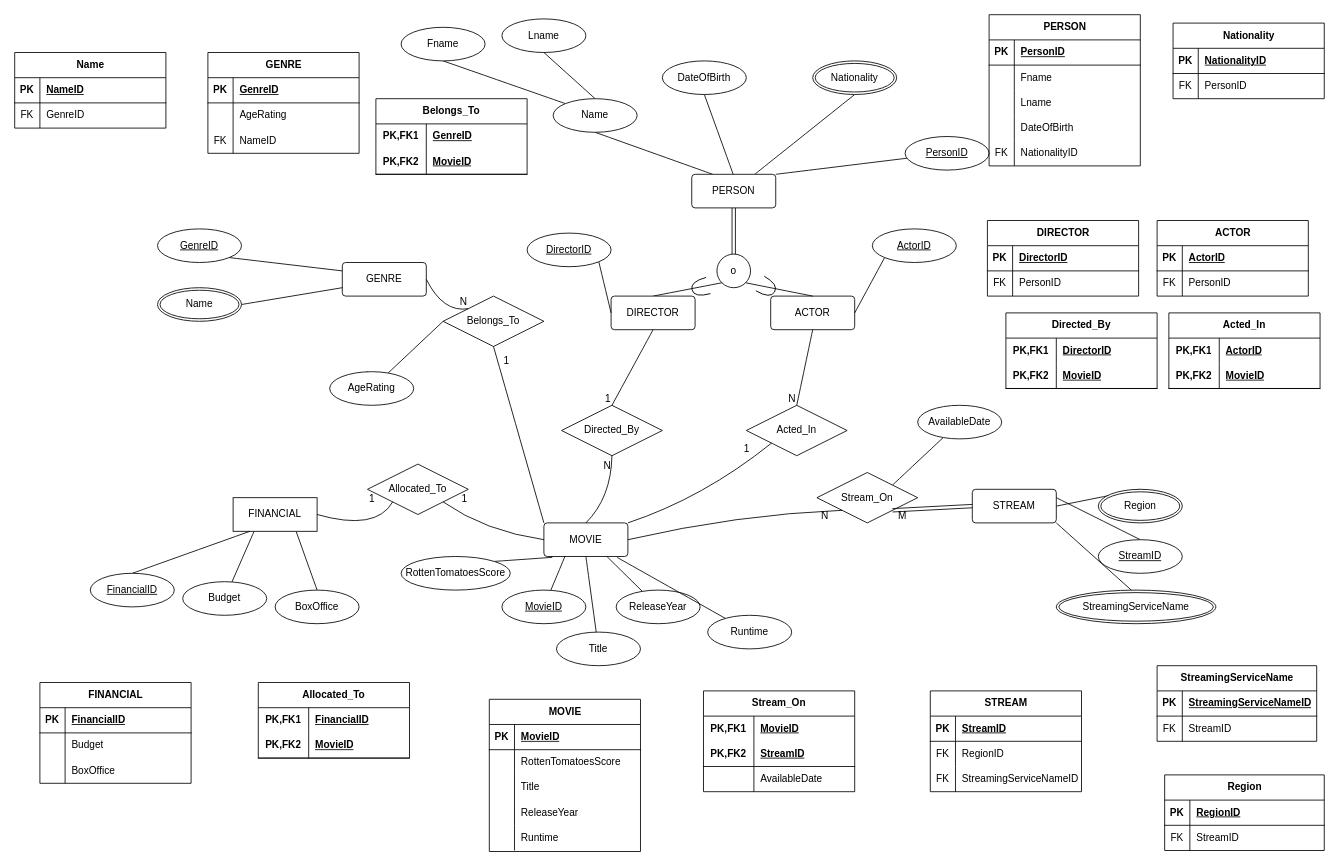
The draw.io diagram page "Page-1" (1 of 2) of MovieBaseEER.drawio in miguelTrC/MovieBaseDB, before the edit. Source tidied: cells renumbered, new cells numbered last; positions are measured from the earlier drawing's top-left corner, leaving out a move shared by most shapes. Both pictures are drawn from the tidied source at 84%, with x=0, y=0 at pixel (14, 14).
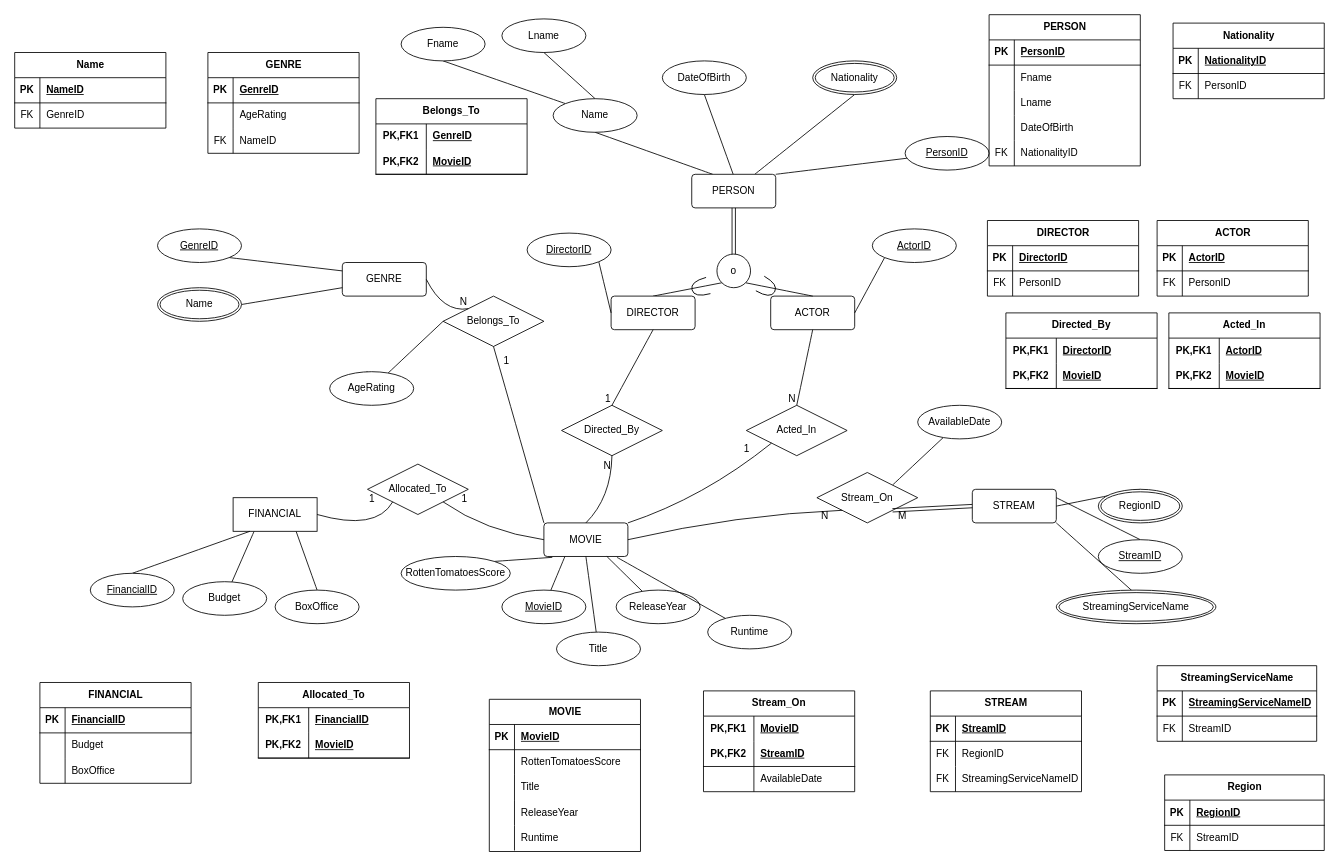
The same diagram, later.

Diff of the diagram source:
```diff
@@
-    <mxCell id="163" value="Region" style="ellipse;shape=doubleEllipse;margin=3;whiteSpace=wrap;html=1;align=center;" parent="1" vertex="1">
+    <mxCell id="163" value="RegionID" style="ellipse;shape=doubleEllipse;margin=3;whiteSpace=wrap;html=1;align=center;" parent="1" vertex="1">
       <mxGeometry x="1290" y="565" width="100" height="40" as="geometry" />
     </mxCell>
```
